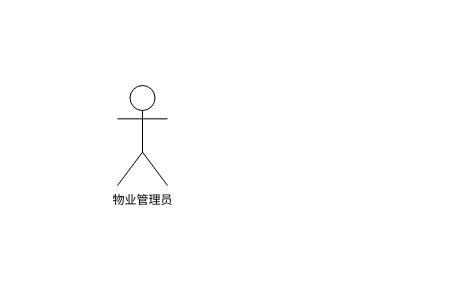
The draw.io diagram projectfiles/uml/安居小区物业管理系统.drawio in KuChanMaster/PropertiesManager, before the edit. Source tidied: cells renumbered, new cells numbered last; positions are measured from the earlier drawing's top-left corner, leaving out a move shared by most shapes. Both pictures are drawn from the tidied source at 100%, with x=0, y=0 at pixel (102, 85).
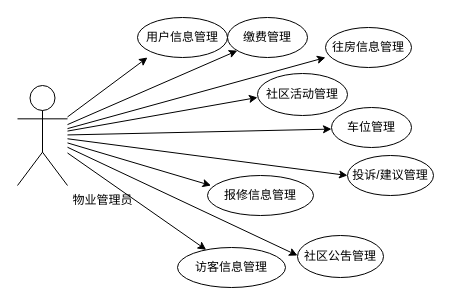
Above is the later version.

Commit message:
更新安居小区物业管理系统.drawio

What changed in the source:
```diff
@@
     <mxCell id="2" value="Actor" style="shape=umlActor;verticalLabelPosition=bottom;verticalAlign=top;html=1;outlineConnect=0;labelBackgroundColor=none;fontColor=none;noLabel=1;" parent="1" vertex="1">
-      <mxGeometry x="15" width="50" height="100" as="geometry" />
+      <mxGeometry x="-85" width="50" height="100" as="geometry" />
     </mxCell>
     <mxCell id="3" value="物业管理员" style="text;html=1;align=center;verticalAlign=middle;strokeColor=none;fillColor=none;" parent="1" vertex="1">
-      <mxGeometry y="100" width="80" height="30" as="geometry" />
+      <mxGeometry x="-40" y="100" width="80" height="30" as="geometry" />
     </mxCell>
+    <mxCell id="4" style="endArrow=classic;html=1;rounded=0;entryX=0.111;entryY=1;entryDx=0;entryDy=0;entryPerimeter=0;" parent="1" edge="1" source="2" target="5">
+      <mxGeometry relative="1" as="geometry" />
+    </mxCell>
+    <mxCell id="5" value="用户信息管理" style="ellipse;whiteSpace=wrap;html=1;" parent="1" vertex="1">
+      <mxGeometry x="35" y="-68" width="90" height="40" as="geometry" />
+    </mxCell>
+    <mxCell id="6" style="endArrow=classic;html=1;rounded=0;entryX=0;entryY=0.75;entryDx=0;entryDy=0;entryPerimeter=0;" parent="1" edge="1" source="2" target="7">
+      <mxGeometry relative="1" as="geometry" />
+    </mxCell>
+    <mxCell id="7" value="往房信息管理" style="ellipse;whiteSpace=wrap;html=1;" parent="1" vertex="1">
+      <mxGeometry x="223" y="-58" width="86" height="40" as="geometry" />
+    </mxCell>
+    <mxCell id="8" style="endArrow=classic;html=1;rounded=0;entryX=0;entryY=0.5;entryDx=0;entryDy=0;entryPerimeter=0;" parent="1" edge="1" source="2" target="9">
+      <mxGeometry relative="1" as="geometry" />
+    </mxCell>
+    <mxCell id="9" value="投诉/建议管理" style="ellipse;whiteSpace=wrap;html=1;" parent="1" vertex="1">
+      <mxGeometry x="245" y="70" width="86" height="40" as="geometry" />
+    </mxCell>
+    <mxCell id="10" style="endArrow=classic;html=1;rounded=0;entryX=0;entryY=0.54;entryDx=0;entryDy=0;entryPerimeter=0;" parent="1" edge="1" source="2" target="11">
+      <mxGeometry relative="1" as="geometry" />
+    </mxCell>
+    <mxCell id="11" value="车位管理" style="ellipse;whiteSpace=wrap;html=1;" parent="1" vertex="1">
+      <mxGeometry x="229" y="22" width="80" height="40" as="geometry" />
+    </mxCell>
+    <mxCell id="12" value="社区活动管理" style="ellipse;whiteSpace=wrap;html=1;" parent="1" vertex="1">
+      <mxGeometry x="155" y="-12" width="90" height="42" as="geometry" />
+    </mxCell>
+    <mxCell id="13" style="endArrow=classic;html=1;rounded=0;entryX=0;entryY=0.571;entryDx=0;entryDy=0;entryPerimeter=0;" parent="1" edge="1" source="2" target="12">
+      <mxGeometry relative="1" as="geometry" />
+    </mxCell>
+    <mxCell id="14" style="endArrow=classic;html=1;rounded=0;entryX=0.033;entryY=0.25;entryDx=0;entryDy=0;entryPerimeter=0;" parent="1" edge="1" source="2" target="16">
+      <mxGeometry relative="1" as="geometry" />
+    </mxCell>
+    <mxCell id="15" style="endArrow=classic;html=1;rounded=0;entryX=0;entryY=0.476;entryDx=0;entryDy=0;entryPerimeter=0;" parent="1" edge="1" source="2" target="17">
+      <mxGeometry relative="1" as="geometry" />
+    </mxCell>
+    <mxCell id="16" value="报修信息管理" style="ellipse;whiteSpace=wrap;html=1;rotation=0;" parent="1" vertex="1">
+      <mxGeometry x="105" y="90" width="106" height="40" as="geometry" />
+    </mxCell>
+    <mxCell id="17" value="社区公吿管理" style="ellipse;whiteSpace=wrap;html=1;" parent="1" vertex="1">
+      <mxGeometry x="195" y="150" width="86" height="42" as="geometry" />
+    </mxCell>
+    <mxCell id="18" style="endArrow=classic;html=1;rounded=0;" parent="1" edge="1" source="2" target="19">
+      <mxGeometry relative="1" as="geometry" />
+    </mxCell>
+    <mxCell id="19" value="访客信息管理" style="ellipse;whiteSpace=wrap;html=1;" parent="1" vertex="1">
+      <mxGeometry x="75" y="162" width="108" height="40" as="geometry" />
+    </mxCell>
+    <mxCell id="20" style="endArrow=classic;html=1;rounded=0;" parent="1" edge="1" source="2" target="21">
+      <mxGeometry relative="1" as="geometry" />
+    </mxCell>
+    <mxCell id="21" value="缴费管理" style="ellipse;whiteSpace=wrap;html=1;" parent="1" vertex="1">
+      <mxGeometry x="125" y="-68" width="80" height="40" as="geometry" />
+    </mxCell>
```
